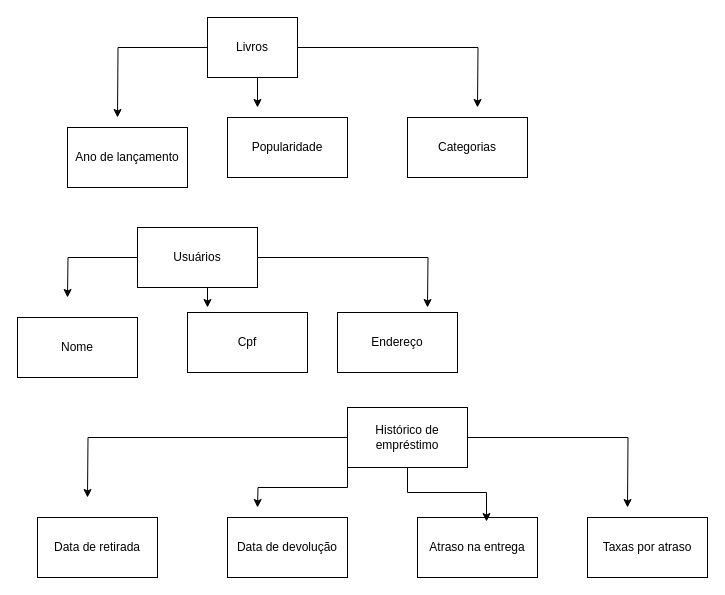
This is Diagrama sem nome.drawio from CaioPita/Banco-de-Dados, a draw.io file, before an edit. Source tidied: cells renumbered, new cells numbered last; positions are measured from the earlier drawing's top-left corner, leaving out a move shared by most shapes. Both pictures are drawn from the tidied source at 100%, with x=0, y=0 at pixel (17, 17).
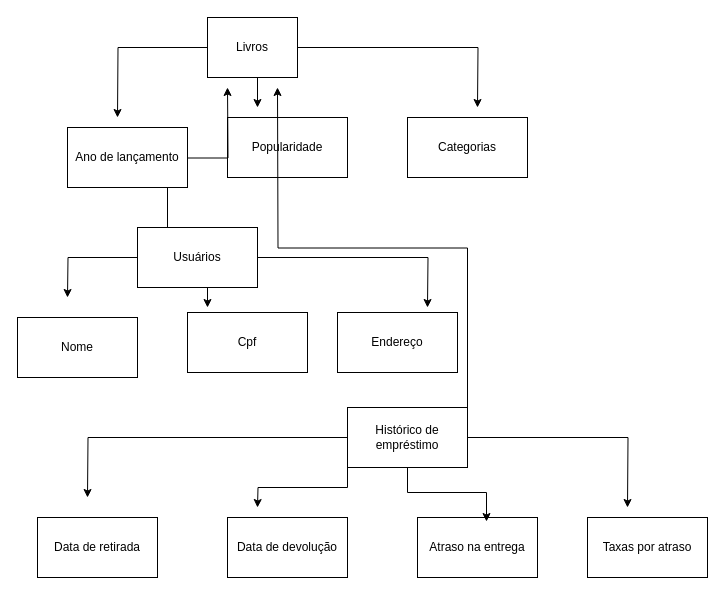
After the change.

The change refers to these unchanged cells:
```xml
<mxCell id="14" value="Usuários" style="rounded=0;whiteSpace=wrap;html=1;" parent="1" vertex="1">
  <mxGeometry x="120" y="210" width="120" height="60" as="geometry" />
</mxCell>
<mxCell id="23" value="Histórico de empréstimo" style="rounded=0;whiteSpace=wrap;html=1;" parent="1" vertex="1">
  <mxGeometry x="330" y="390" width="120" height="60" as="geometry" />
</mxCell>
```

Diff of the diagram source:
```diff
@@
+    <mxCell id="25" style="edgeStyle=orthogonalEdgeStyle;rounded=0;jettySize=auto;html=1;exitX=0.25;exitY=0;exitDx=0;exitDy=0;" parent="1" edge="1" source="14">
+      <mxGeometry relative="1" as="geometry">
+        <mxPoint x="210" y="70" as="targetPoint" />
+      </mxGeometry>
+    </mxCell>
@@
+    <mxCell id="26" style="edgeStyle=orthogonalEdgeStyle;rounded=0;jettySize=auto;html=1;exitX=1;exitY=0;exitDx=0;exitDy=0;" parent="1" edge="1" source="23">
+      <mxGeometry relative="1" as="geometry">
+        <mxPoint x="260" y="70" as="targetPoint" />
+      </mxGeometry>
+    </mxCell>
```
